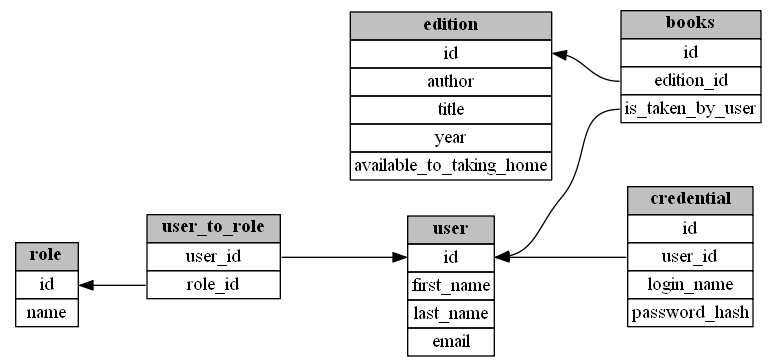
The Graphviz diagram epm-wl-docs/db_schema.png in AleksandrRadchenko/Web-Library, before a commit. Its source is kept beside it as epm-wl-docs/db_schema.dot. Source of this version:
```dot
digraph wl_db {
  node [shape=rectangle]

  rankdir=RL

  user
  [
    shape = none
    label = <<table border="0" cellspacing="0">
                <tr><td border="1" bgcolor="grey"><b>user</b></td></tr>
                <tr><td port="id" border="1">id</td></tr>
                <tr><td border="1">first_name</td></tr>
                <tr><td border="1">last_name</td></tr>
                <tr><td border="1">email</td></tr>
            </table>>
  ]

  credential
  [
    shape = none
    label = <<table border="0" cellspacing="0">
                <tr><td border="1" bgcolor="grey">  <b>credential</b>  </td></tr>
                <tr><td border="1">id</td></tr>
                <tr><td port="u_id" border="1">user_id</td></tr>
                <tr><td border="1">login_name</td></tr>
                <tr><td border="1">password_hash</td></tr>
            </table>>
  ]

  credential:u_id -> user:id [weight=1]

  role
  [
    shape = none
    label = <<table border="0" cellspacing="0">
                <tr><td border="1" bgcolor="grey">  <b>role</b>  </td></tr>
                <tr><td port="id" border="1">id</td></tr>
                <tr><td border="1">name</td></tr>
            </table>>
  ]

  user_to_role
  [
    shape = none
    label = <<table border="0" cellspacing="0">
                <tr><td border="1" bgcolor="grey">  <b>user_to_role</b>  </td></tr>
                <tr><td port="u_id" border="1">user_id</td></tr>
                <tr><td port="r_id" border="1">role_id</td></tr>
            </table>>
  ]

  user -> user_to_role [style=invis; weight=0]
  user_to_role:u_id -> user:id [weight=1]
  user_to_role:r_id -> role:id [weight=1]

  books
  [
    shape = none
    label = <<table border="0" cellspacing="0">
                <tr><td border="1" bgcolor="grey">  <b>books</b>  </td></tr>
                <tr><td port="id" border="1">id</td></tr>
                <tr><td port="e_id" border="1">edition_id</td></tr>
                <tr><td port="u_id" border="1">is_taken_by_user</td></tr>
            </table>>
  ]

books:u_id -> user:id [weight=1]

  edition
  [
    shape = none
    label = <<table border="0" cellspacing="0">
                <tr><td border="1" bgcolor="grey">  <b>edition</b>  </td></tr>
                <tr><td port="id" border="1">id</td></tr>
                <tr><td border="1">author</td></tr>
                <tr><td border="1">title</td></tr>
                <tr><td border="1">year</td></tr>
                <tr><td border="1">available_to_taking_home</td></tr>
            </table>>
  ]

  books:e_id -> edition:id [weight=1]

}
```
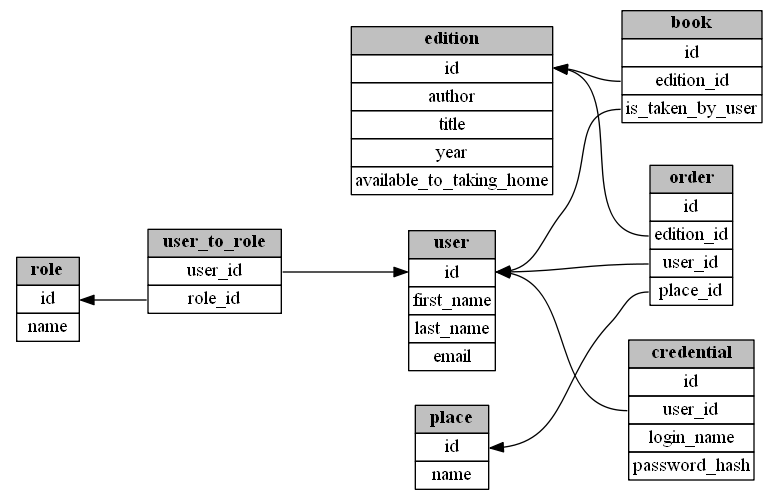
Later version of the same file.

Commit message:
EPMWL-1 Modified DB schema, added project's task

What changed in the source:
```diff
@@ -53,18 +53,18 @@
   user_to_role:u_id -> user:id [weight=1]
   user_to_role:r_id -> role:id [weight=1]
 
-  books
+  book
   [
     shape = none
     label = <<table border="0" cellspacing="0">
-                <tr><td border="1" bgcolor="grey">  <b>books</b>  </td></tr>
+                <tr><td border="1" bgcolor="grey">  <b>book</b>  </td></tr>
                 <tr><td port="id" border="1">id</td></tr>
                 <tr><td port="e_id" border="1">edition_id</td></tr>
                 <tr><td port="u_id" border="1">is_taken_by_user</td></tr>
             </table>>
   ]
 
-books:u_id -> user:id [weight=1]
+book:u_id -> user:id [weight=1]
 
   edition
   [
@@ -79,6 +79,32 @@
             </table>>
   ]
 
-  books:e_id -> edition:id [weight=1]
+  book:e_id -> edition:id [weight=1]
+
+  order
+  [
+    shape = none
+    label = <<table border="0" cellspacing="0">
+                <tr><td border="1" bgcolor="grey">  <b>order</b>  </td></tr>
+                <tr><td port="id" border="1">id</td></tr>
+                <tr><td port="e_id" border="1">edition_id</td></tr>
+                <tr><td port="u_id" border="1">user_id</td></tr>
+                <tr><td port="p_id" border="1">place_id</td></tr>
+            </table>>
+  ]
+
+  order:e_id -> edition:id [weight=1]
+  order:u_id -> user:id [weight=1]
+
+  place
+  [
+    shape = none
+    label = <<table border="0" cellspacing="0">
+                <tr><td border="1" bgcolor="grey">  <b>place</b>  </td></tr>
+                <tr><td port="id" border="1">id</td></tr>
+                <tr><td border="1">name</td></tr>
+            </table>>
+  ]
+ order:p_id -> place:id [weight=1]
 
 }
```
